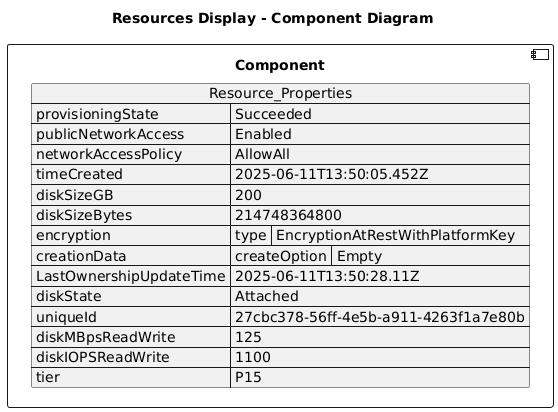
Above: diagrams/vm_mf1_datadisk1.png in DanielAmpong/Test-Azure-architecture-diagram (PlantUML), before the change. Source of this version:
```plantuml
@startuml

title Resources Display - Component Diagram

component Component {

json  Resource_Properties {
  "provisioningState": "Succeeded",
  "publicNetworkAccess": "Enabled",
  "networkAccessPolicy": "AllowAll",
  "timeCreated": "2025-06-11T13:50:05.452Z",
  "diskSizeGB": 200,
  "diskSizeBytes": 214748364800,
  "encryption": {
    "type": "EncryptionAtRestWithPlatformKey"
  },
  "creationData": {
    "createOption": "Empty"
  },
  "LastOwnershipUpdateTime": "2025-06-11T13:50:28.11Z",
  "diskState": "Attached",
  "uniqueId": "27cbc378-56ff-4e5b-a911-4263f1a7e80b",
  "diskMBpsReadWrite": 125,
  "diskIOPSReadWrite": 1100,
  "tier": "P15"
}
}
@enduml
```
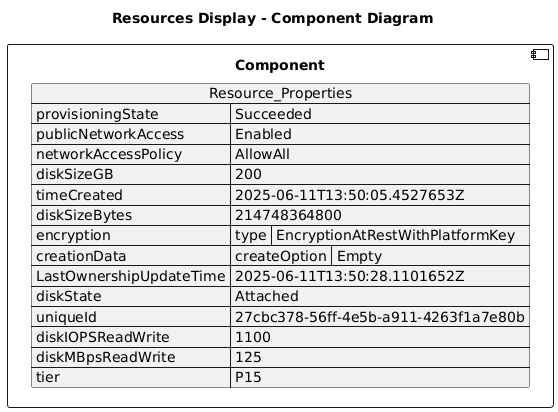
The same file after the commit.

The edit, as a diff of the source:
```diff
@@ -8,8 +8,8 @@
   "provisioningState": "Succeeded",
   "publicNetworkAccess": "Enabled",
   "networkAccessPolicy": "AllowAll",
-  "timeCreated": "2025-06-11T13:50:05.452Z",
   "diskSizeGB": 200,
+  "timeCreated": "2025-06-11T13:50:05.4527653Z",
   "diskSizeBytes": 214748364800,
   "encryption": {
     "type": "EncryptionAtRestWithPlatformKey"
@@ -17,11 +17,11 @@
   "creationData": {
     "createOption": "Empty"
   },
-  "LastOwnershipUpdateTime": "2025-06-11T13:50:28.11Z",
+  "LastOwnershipUpdateTime": "2025-06-11T13:50:28.1101652Z",
   "diskState": "Attached",
   "uniqueId": "27cbc378-56ff-4e5b-a911-4263f1a7e80b",
+  "diskIOPSReadWrite": 1100,
   "diskMBpsReadWrite": 125,
-  "diskIOPSReadWrite": 1100,
   "tier": "P15"
 }
 }
```
